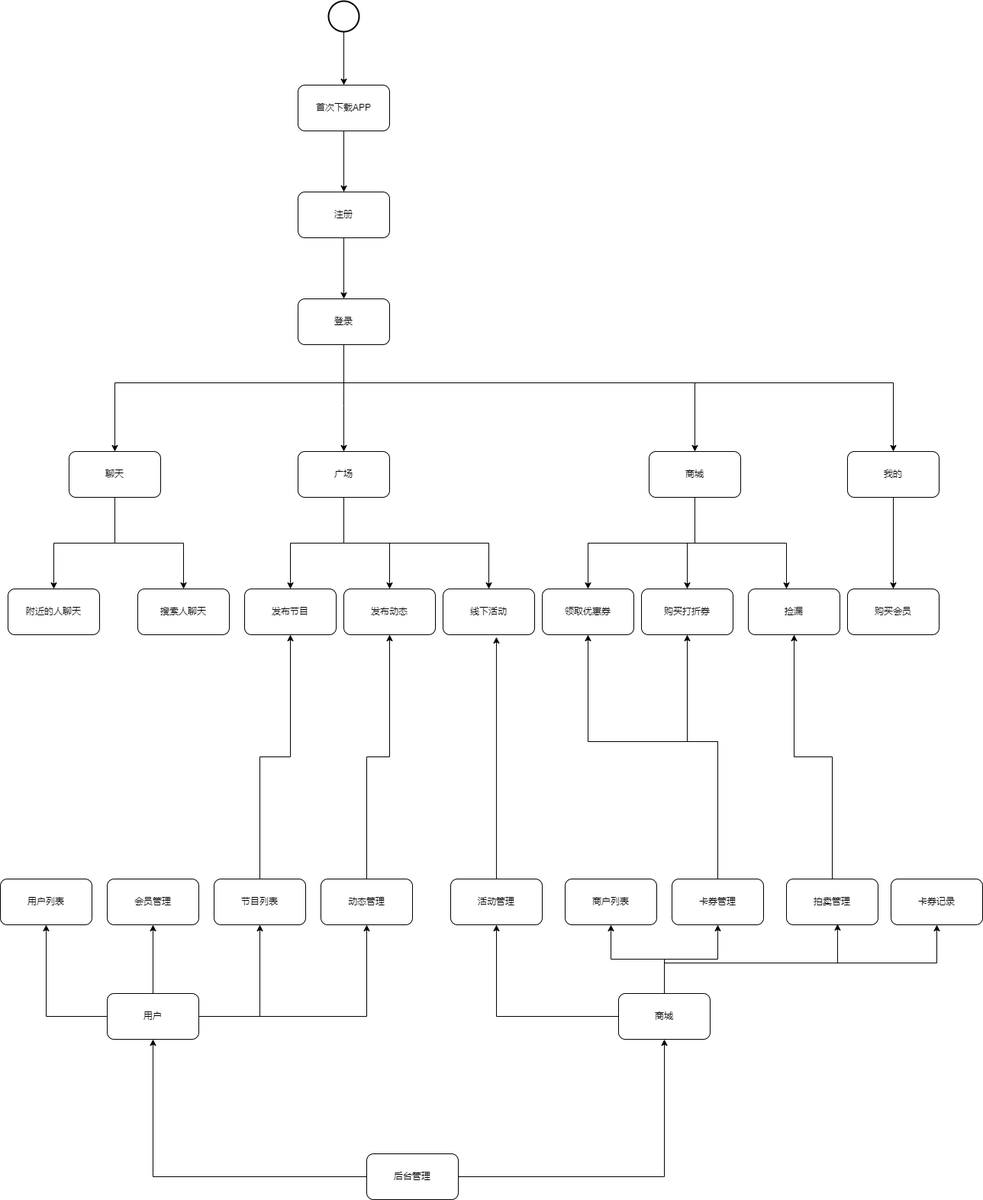
The draw.io diagram Untitled Diagram.drawio.png in suibianlx/business_architect, before a commit. Source tidied: cells renumbered, new cells last; positions are measured from the earlier drawing's top-left corner, leaving out a move shared by most shapes.
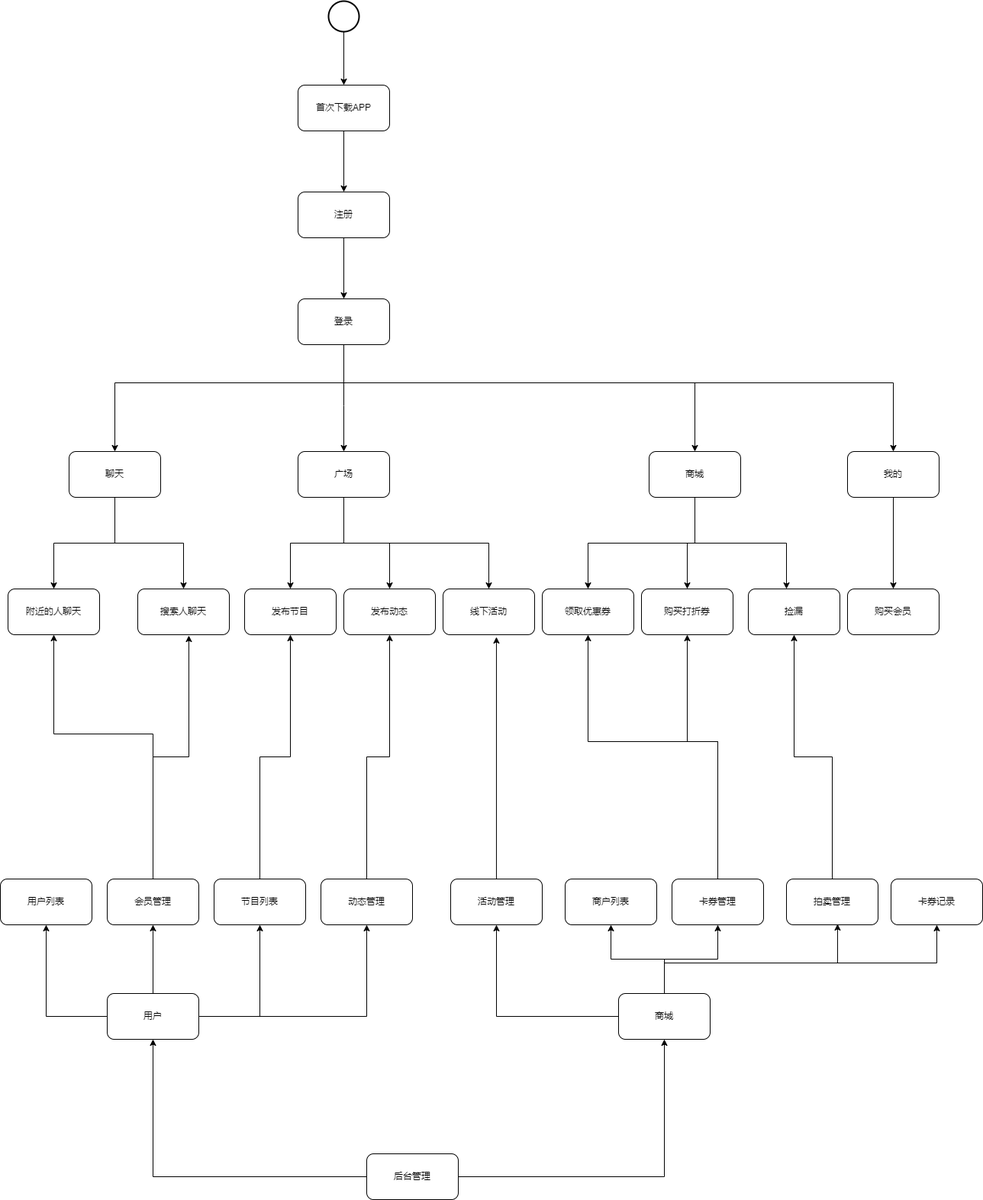
Above is the later version.

Change to the diagram source:
```diff
@@ -151,6 +151,17 @@
     <mxCell id="39" value="用户" style="rounded=1;whiteSpace=wrap;html=1;" parent="1" vertex="1">
       <mxGeometry x="140" y="1300" width="120" height="60" as="geometry" />
     </mxCell>
+    <mxCell id="64" style="edgeStyle=orthogonalEdgeStyle;rounded=0;jettySize=auto;html=1;entryX=0.5;entryY=1;entryDx=0;entryDy=0;" parent="1" edge="1" source="40" target="13">
+      <mxGeometry relative="1" as="geometry">
+        <Array as="points">
+          <mxPoint x="200" y="960" />
+          <mxPoint x="70" y="960" />
+        </Array>
+      </mxGeometry>
+    </mxCell>
+    <mxCell id="65" style="edgeStyle=orthogonalEdgeStyle;rounded=0;jettySize=auto;html=1;entryX=0.558;entryY=1.017;entryDx=0;entryDy=0;entryPerimeter=0;" parent="1" edge="1" source="40" target="14">
+      <mxGeometry relative="1" as="geometry" />
+    </mxCell>
     <mxCell id="40" value="会员管理" style="rounded=1;whiteSpace=wrap;html=1;" parent="1" vertex="1">
       <mxGeometry x="140" y="1150" width="120" height="60" as="geometry" />
     </mxCell>
```
